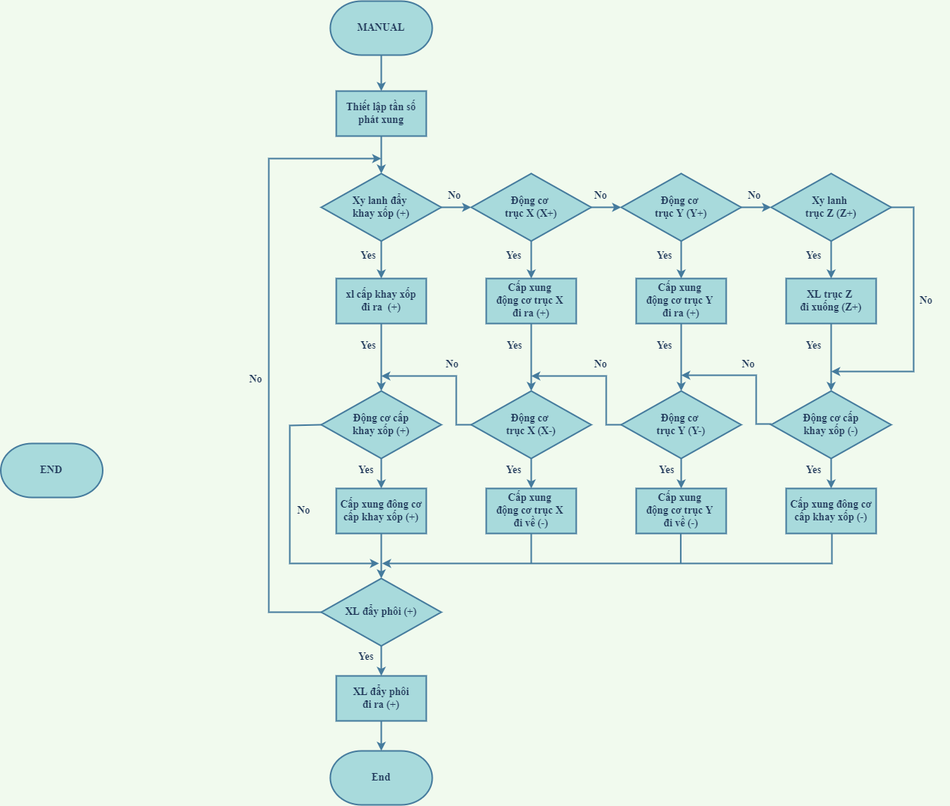
nguyentienkhoa050401/mon-hoc keeps this draw.io diagram as manual.png. Above is the earlier version. Source tidied: cells renumbered, new cells last; positions are measured from the earlier drawing's top-left corner, leaving out a move shared by most shapes.
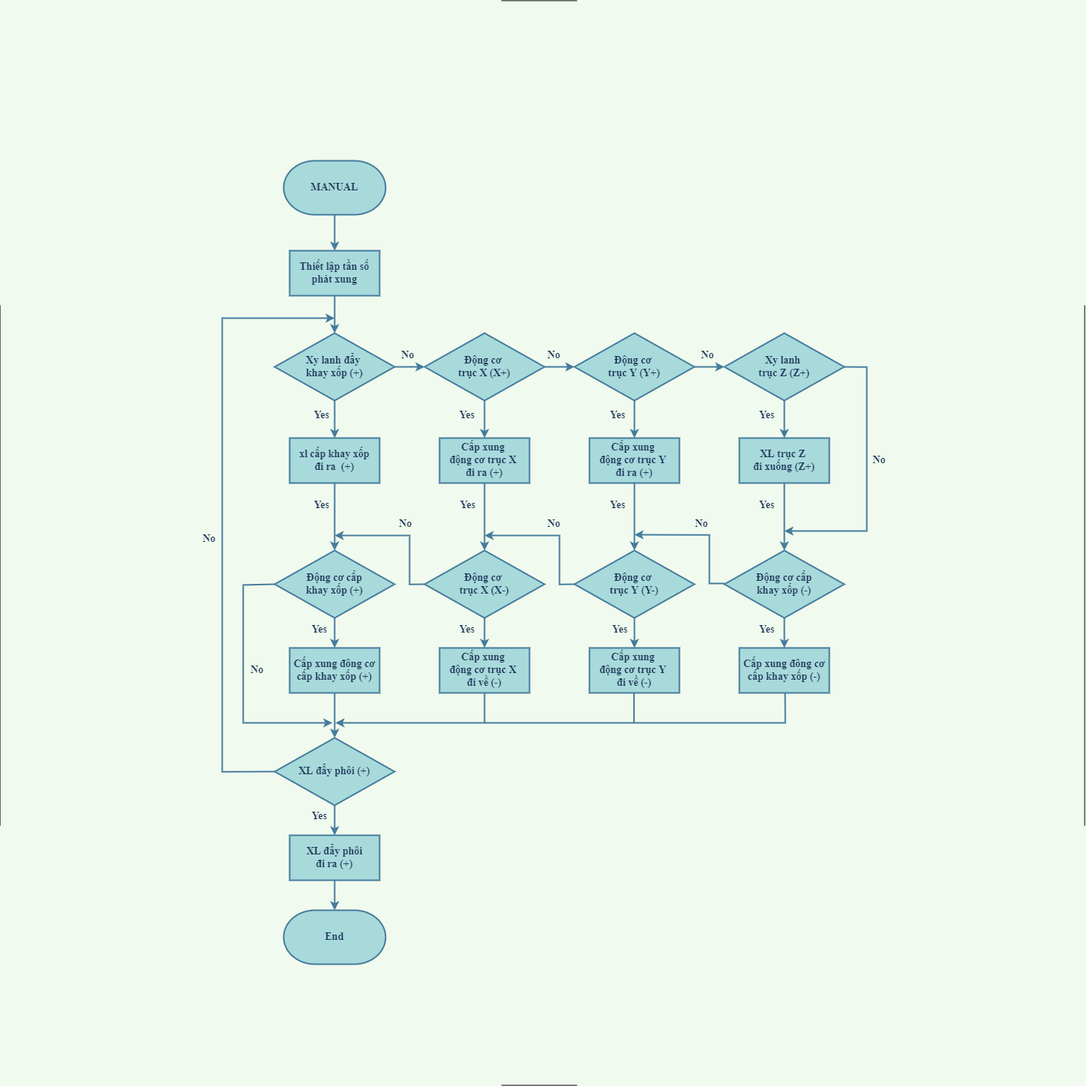
After the change.

Commit message:
Cập nhật manual.png

What changed in the source:
```diff
@@ -23,9 +23,6 @@
     <mxCell id="6" value="Động cơ cấp&lt;br style=&quot;font-size: 14px;&quot;&gt;khay xốp (+)" style="fontSize=14;spacingLeft=10;spacingRight=10;zwfType=basicShape;strokeWidth=2;rhombus;whiteSpace=wrap;html=1;strokeColor=#457B9D;fontColor=#1D3557;fontFamily=Times New Roman;verticalAlign=middle;fontStyle=1;fillColor=#A8DADC;rounded=0;" parent="1" vertex="1">
       <mxGeometry x="428" y="520" width="160" height="90" as="geometry" />
     </mxCell>
-    <mxCell id="7" value="&lt;span style=&quot;font-size: 14px;&quot;&gt;END&lt;/span&gt;" style="fontSize=14;zwfType=basicShape;strokeWidth=2;html=1;shape=mxgraph.flowchart.terminator;whiteSpace=wrap;strokeColor=#457B9D;fontColor=#1D3557;fillColor=#A8DADC;fontFamily=Times New Roman;verticalAlign=middle;fontStyle=1;rounded=0;" parent="1" vertex="1">
-      <mxGeometry x="0.5" y="590" width="136" height="72" as="geometry" />
-    </mxCell>
     <mxCell id="8" style="edgeStyle=orthogonalEdgeStyle;rounded=0;jettySize=auto;html=1;strokeWidth=2;strokeColor=#457B9D;fontFamily=Times New Roman;fontSize=14;verticalAlign=middle;fontColor=#1D3557;fontStyle=1;labelBackgroundColor=#F1FAEE;" parent="1" edge="1" source="10" target="13">
       <mxGeometry relative="1" as="geometry" />
     </mxCell>
@@ -274,5 +271,17 @@
     <mxCell id="74" value="Yes" style="text;html=1;strokeColor=none;fillColor=none;align=center;verticalAlign=middle;whiteSpace=wrap;rounded=0;strokeWidth=2;fontFamily=Times New Roman;fontSize=14;fontColor=#1D3557;fontStyle=1;" parent="1" vertex="1">
       <mxGeometry x="1055" y="445" width="60" height="30" as="geometry" />
     </mxCell>
+    <mxCell id="75" style="shape=link;html=1;width=1447.1428571428573;" parent="1" edge="1">
+      <mxGeometry relative="1" as="geometry">
+        <mxPoint x="731" y="510" as="sourcePoint" />
+        <mxPoint x="831" y="510" as="targetPoint" />
+      </mxGeometry>
+    </mxCell>
+    <mxCell id="76" style="shape=link;html=1;width=1447.1428571428573;" parent="1" edge="1">
+      <mxGeometry relative="1" as="geometry">
+        <mxPoint x="785.1" y="193" as="sourcePoint" />
+        <mxPoint x="785.1" y="887" as="targetPoint" />
+      </mxGeometry>
+    </mxCell>
   </root>
 </mxGraphModel>
```
